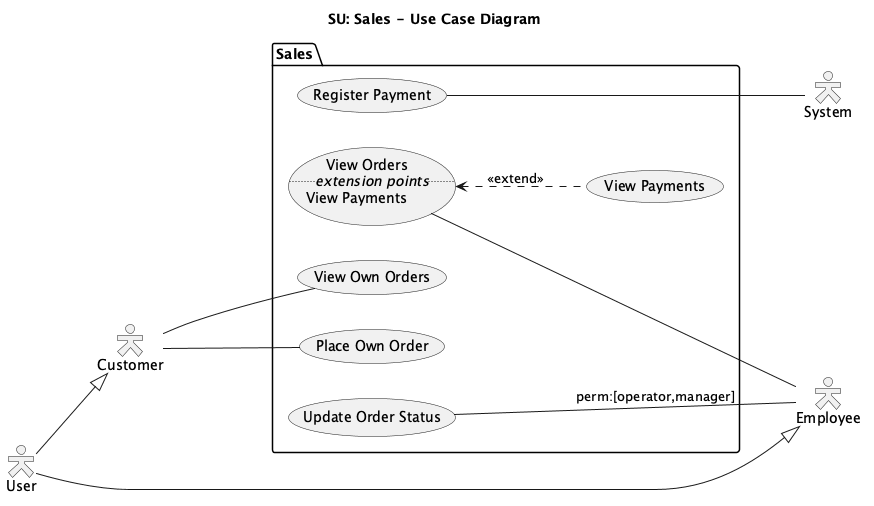
Above: docs/diagrams/exports/use-case-sales.png in draganovik/matterway (PlantUML), before the change.
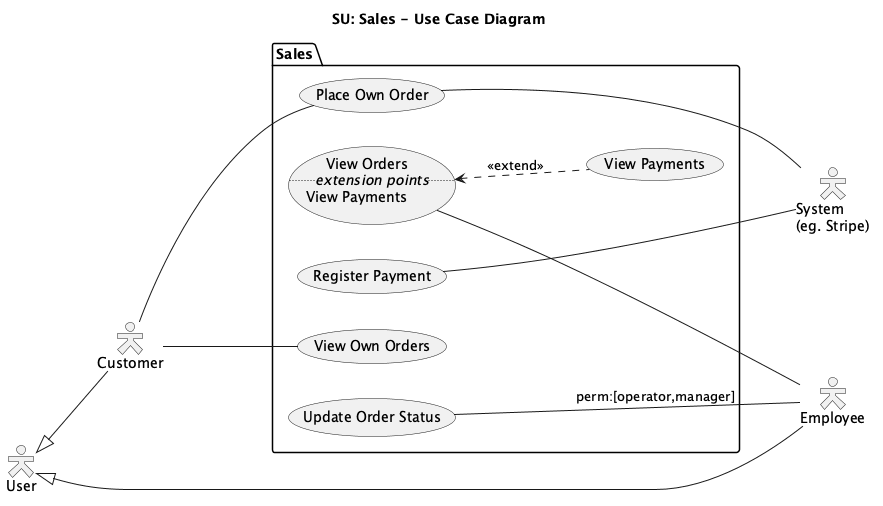
The same file after the commit.

What changed in the source:
```diff
@@ -8,10 +8,10 @@
 actor csmr as "Customer"
 actor empl as "Employee"
 
-user --|> csmr
-user --|> empl
+user <|-- csmr
+user <|-- empl
 
-actor systm as "System"
+actor systm as "System\n(eg. Stripe)"
 
 package "Sales" {
   usecase placeOwnOrder as "Place Own Order"
@@ -33,6 +33,7 @@
 
 updateOrderStatus --- empl : perm:[operator,manager]
 viewOrders --- empl
+placeOwnOrder --- systm
 
 registerPayment --- systm
 @enduml
```
